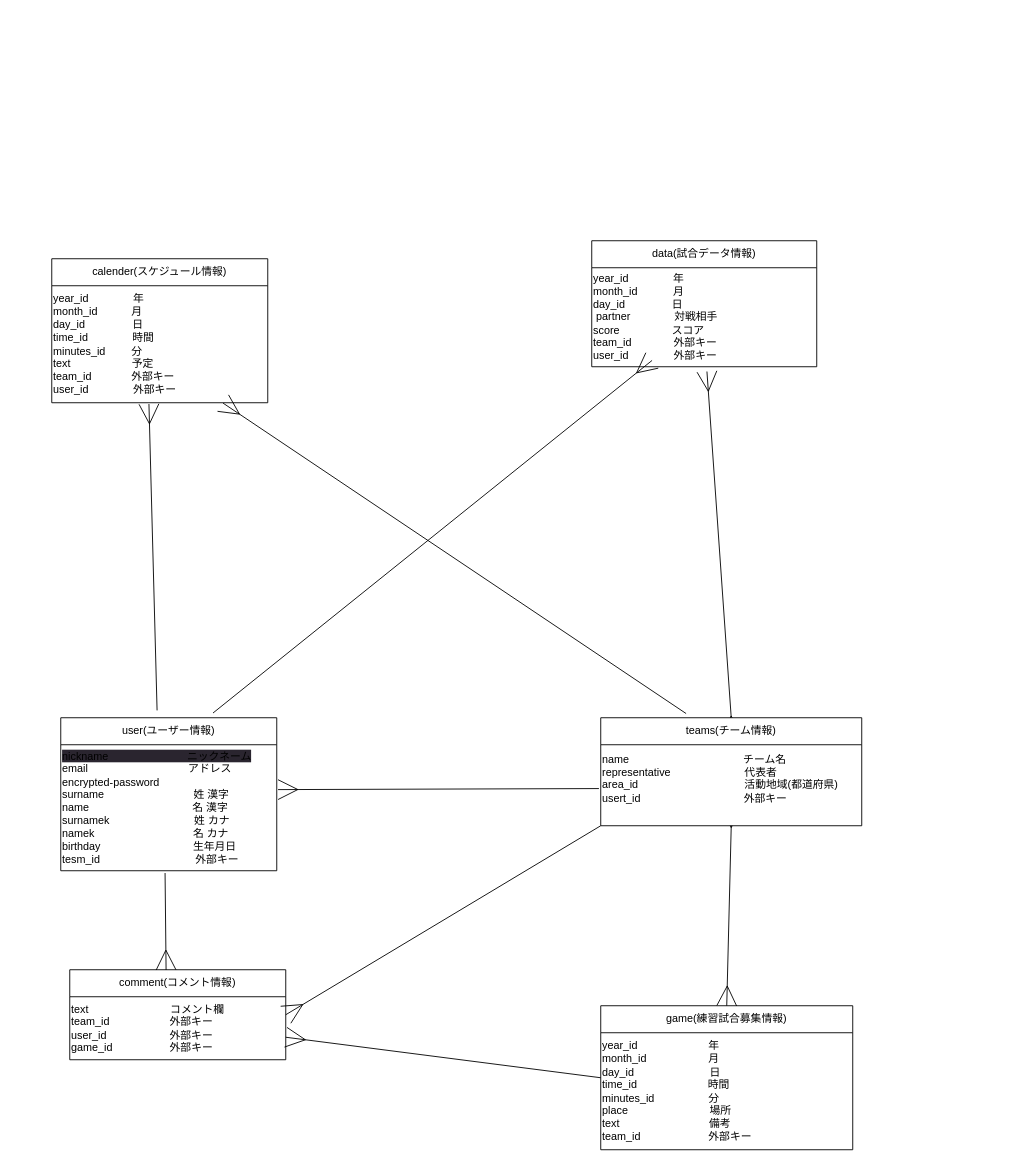
Before: test.dio in arakikeita/soccer-team, a draw.io diagram. Source tidied: cells renumbered, new cells numbered last; positions are measured from the earlier drawing's top-left corner, leaving out a move shared by most shapes. Both pictures are drawn from the tidied source at 90%, with x=0, y=0 at pixel (51, 240).
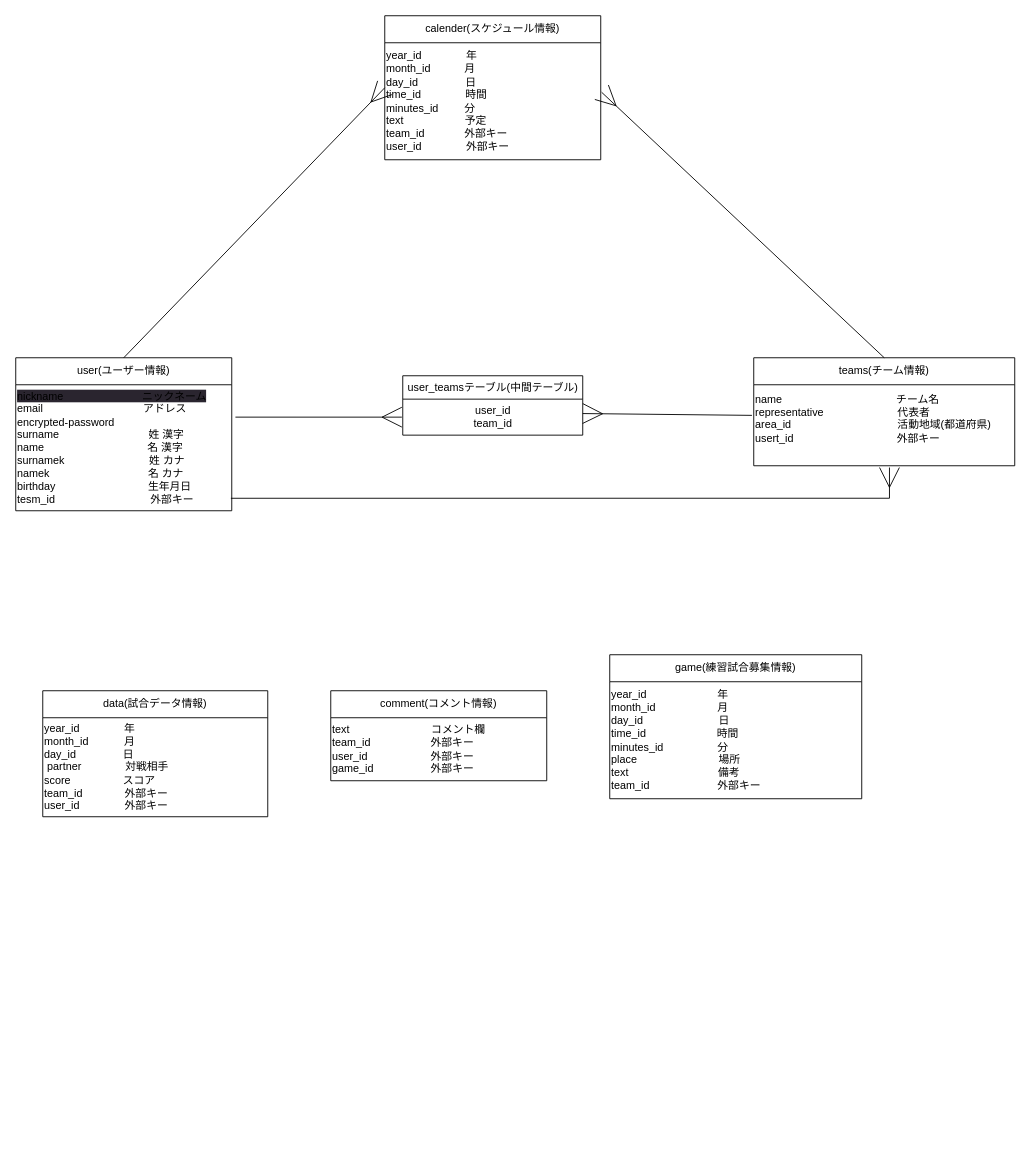
The same diagram, later.

The change refers to these unchanged cells:
```xml
<mxCell id="3" value="&lt;div style=&quot;&quot;&gt;&lt;span style=&quot;background-color: rgb(42, 37, 47);&quot;&gt;nickname 　　　　　　　ニックネーム&lt;/span&gt;&lt;/div&gt;&lt;span style=&quot;background-color: rgb(42, 37, 47);&quot;&gt;&lt;div style=&quot;&quot;&gt;email 　　　　　　　　　アドレス&lt;/div&gt;&lt;/span&gt;&lt;span style=&quot;background-color: rgb(42, 37, 47);&quot;&gt;&lt;div style=&quot;&quot;&gt;encrypted-password&lt;/div&gt;&lt;/span&gt;&lt;span style=&quot;background-color: rgb(42, 37, 47);&quot;&gt;&lt;div style=&quot;&quot;&gt;surname 　　　　　　　　姓 漢字&lt;/div&gt;&lt;/span&gt;&lt;span style=&quot;background-color: rgb(42, 37, 47);&quot;&gt;&lt;div style=&quot;&quot;&gt;name&amp;nbsp; 　　　　　　　　　名 漢字&lt;/div&gt;&lt;/span&gt;&lt;span style=&quot;background-color: rgb(42, 37, 47);&quot;&gt;&lt;div style=&quot;&quot;&gt;surnamek 　　　　　　　&amp;nbsp; 姓 カナ&lt;/div&gt;&lt;/span&gt;&lt;span style=&quot;background-color: rgb(42, 37, 47);&quot;&gt;&lt;div style=&quot;&quot;&gt;namek 　　　　　　　　&amp;nbsp; &amp;nbsp;名 カナ&lt;/div&gt;&lt;/span&gt;&lt;span style=&quot;background-color: rgb(42, 37, 47);&quot;&gt;&lt;div style=&quot;&quot;&gt;birthday 　　　　　　　　 生年月日&lt;/div&gt;&lt;div style=&quot;&quot;&gt;tesm_id 　　　　　　　　&amp;nbsp; 外部キー&lt;/div&gt;&lt;/span&gt;" style="text;html=1;align=left;verticalAlign=middle;points=[];strokeColor=none;fillColor=none;" parent="2" vertex="1">
  <mxGeometry y="30" width="240" height="140" as="geometry" />
</mxCell>
<mxCell id="5" value="name&amp;nbsp; 　　　　　　　　　　チーム名&lt;br&gt;representative 　　　　　　&amp;nbsp; 代表者&lt;br&gt;area_id&amp;nbsp; &amp;nbsp;　　　　　　　　　活動地域(都道府県)&lt;br&gt;usert_id 　　　　　　　　　 外部キー&lt;br&gt;&amp;nbsp;" style="text;html=1;align=left;verticalAlign=middle;points=[];strokeColor=none;fillColor=none;" parent="4" vertex="1">
  <mxGeometry y="30" width="290" height="90" as="geometry" />
</mxCell>
<mxCell id="7" value="year_id 　　　&amp;nbsp; &amp;nbsp;年&lt;br&gt;month_id　　&amp;nbsp; &amp;nbsp; 月&lt;br&gt;day_id　　　&amp;nbsp; &amp;nbsp; &amp;nbsp;日&lt;br&gt;time_id 　　　&amp;nbsp; &amp;nbsp;時間&lt;br&gt;minutes_id&amp;nbsp; 　&amp;nbsp; &amp;nbsp;分&lt;br&gt;text 　　　　&amp;nbsp; &amp;nbsp; &amp;nbsp;予定&lt;br&gt;team_id&amp;nbsp; 　　&amp;nbsp; &amp;nbsp; 外部キー&lt;br&gt;user_id&amp;nbsp; 　　　&amp;nbsp; 外部キー" style="text;html=1;align=left;verticalAlign=middle;points=[];strokeColor=none;fillColor=none;" parent="6" vertex="1">
  <mxGeometry y="30" width="240" height="130" as="geometry" />
</mxCell>
<mxCell id="9" value="year_id 　　　&amp;nbsp; &amp;nbsp;年&lt;br&gt;month_id　　　 月&lt;br&gt;day_id　&amp;nbsp; &amp;nbsp; &amp;nbsp; &amp;nbsp; &amp;nbsp; &amp;nbsp; 日&lt;br&gt;&amp;nbsp;partner　&amp;nbsp; &amp;nbsp; &amp;nbsp; &amp;nbsp; &amp;nbsp; &amp;nbsp;対戦相手&lt;br&gt;&lt;div style=&quot;&quot;&gt;&lt;span style=&quot;background-color: initial;&quot;&gt;score&lt;/span&gt;&lt;span style=&quot;background-color: initial;&quot;&gt;&amp;nbsp;　　　　&amp;nbsp; スコア&lt;/span&gt;&lt;/div&gt;&lt;div style=&quot;&quot;&gt;team_id&amp;nbsp; &amp;nbsp; &amp;nbsp; &amp;nbsp; &amp;nbsp; &amp;nbsp; &amp;nbsp; 外部キー&lt;span style=&quot;background-color: initial;&quot;&gt;&lt;br&gt;&lt;/span&gt;&lt;/div&gt;&lt;div style=&quot;&quot;&gt;user_id&amp;nbsp; &amp;nbsp; &amp;nbsp; &amp;nbsp; &amp;nbsp; &amp;nbsp; &amp;nbsp; &amp;nbsp;外部キー&lt;/div&gt;" style="text;html=1;align=left;verticalAlign=middle;points=[];strokeColor=none;fillColor=none;" parent="8" vertex="1">
  <mxGeometry y="30" width="250" height="110" as="geometry" />
</mxCell>
```

Change to the diagram source:
```diff
@@
     <mxCell id="2" value="user(ユーザー情報)" style="swimlane;fontStyle=0;horizontal=1;startSize=30;whiteSpace=wrap;html=1;" parent="1" vertex="1">
-      <mxGeometry x="10" y="530" width="240" height="170" as="geometry" />
+      <mxGeometry x="-40" y="130" width="240" height="170" as="geometry" />
     </mxCell>
@@
     <mxCell id="4" value="teams(チーム情報)" style="swimlane;fontStyle=0;horizontal=1;startSize=30;whiteSpace=wrap;html=1;" parent="1" vertex="1">
-      <mxGeometry x="610" y="530" width="290" height="120" as="geometry" />
+      <mxGeometry x="780" y="130" width="290" height="120" as="geometry" />
     </mxCell>
@@
     <mxCell id="6" value="calender(スケジュール情報)" style="swimlane;fontStyle=0;horizontal=1;startSize=30;whiteSpace=wrap;html=1;" parent="1" vertex="1">
-      <mxGeometry y="20" width="240" height="160" as="geometry" />
+      <mxGeometry x="370" y="-250" width="240" height="160" as="geometry" />
     </mxCell>
@@
     <mxCell id="8" value="data(試合データ情報)" style="swimlane;fontStyle=0;horizontal=1;startSize=30;whiteSpace=wrap;html=1;" parent="1" vertex="1">
-      <mxGeometry x="600" width="250" height="140" as="geometry" />
+      <mxGeometry x="-10" y="500" width="250" height="140" as="geometry" />
     </mxCell>
@@
     <mxCell id="10" value="game(練習試合募集情報)" style="swimlane;fontStyle=0;horizontal=1;startSize=30;whiteSpace=wrap;html=1;" parent="1" vertex="1">
-      <mxGeometry x="610" y="850" width="280" height="160" as="geometry" />
+      <mxGeometry x="620" y="460" width="280" height="160" as="geometry" />
     </mxCell>
@@
     <mxCell id="12" value="comment(コメント情報)" style="swimlane;fontStyle=0;horizontal=1;startSize=30;whiteSpace=wrap;html=1;" parent="1" vertex="1">
-      <mxGeometry x="20" y="810" width="240" height="100" as="geometry" />
+      <mxGeometry x="310" y="500" width="240" height="100" as="geometry" />
     </mxCell>
@@
-    <mxCell id="14" style="endArrow=ERmany;startArrow=ERmany;html=1;strokeWidth=1;startSize=0;endSize=20;sourcePerimeterSpacing=0;entryX=0.5;entryY=0;entryDx=0;entryDy=0;endFill=0;startFill=0;exitX=0.5;exitY=1;exitDx=0;exitDy=0;" parent="1" edge="1" source="4" target="10">
-      <mxGeometry relative="1" as="geometry" />
-    </mxCell>
-    <mxCell id="15" style="endArrow=ERmany;startArrow=ERmany;html=1;strokeWidth=1;startSize=20;endSize=0;sourcePerimeterSpacing=0;exitX=0.512;exitY=1.048;exitDx=0;exitDy=0;endFill=0;startFill=0;exitPerimeter=0;entryX=0.5;entryY=0;entryDx=0;entryDy=0;" parent="1" edge="1" source="9" target="4">
-      <mxGeometry relative="1" as="geometry" />
-    </mxCell>
-    <mxCell id="16" style="endArrow=ERmany;html=1;strokeWidth=1;startSize=6;endSize=20;sourcePerimeterSpacing=0;endFill=0;exitX=0;exitY=0.5;exitDx=0;exitDy=0;entryX=1;entryY=0.75;entryDx=0;entryDy=0;" parent="1" edge="1" source="10" target="12">
-      <mxGeometry relative="1" as="geometry" />
-    </mxCell>
-    <mxCell id="17" style="endArrow=ERmany;html=1;strokeWidth=1;startSize=6;endSize=20;sourcePerimeterSpacing=0;endFill=0;entryX=1;entryY=0.5;entryDx=0;entryDy=0;" parent="1" edge="1" target="12">
-      <mxGeometry relative="1" as="geometry">
-        <mxPoint x="610" y="650" as="sourcePoint" />
-      </mxGeometry>
-    </mxCell>
-    <mxCell id="18" style="endArrow=ERmany;html=1;strokeWidth=1;startSize=20;endSize=20;sourcePerimeterSpacing=0;entryX=0.446;entryY=0.002;entryDx=0;entryDy=0;exitX=0.483;exitY=1.018;exitDx=0;exitDy=0;exitPerimeter=0;endFill=0;entryPerimeter=0;" parent="1" edge="1" source="3" target="12">
-      <mxGeometry relative="1" as="geometry" />
-    </mxCell>
+    <mxCell id="23" value="user_teamsテーブル(中間テーブル)" style="swimlane;fontStyle=0;horizontal=1;startSize=26;fillColor=none;html=1;" parent="1" vertex="1">
+      <mxGeometry x="390" y="150" width="200" height="66" as="geometry" />
+    </mxCell>
+    <mxCell id="24" value="user_id&lt;br&gt;team_id" style="text;html=1;align=center;verticalAlign=middle;points=[];strokeColor=none;fillColor=none;" parent="23" vertex="1">
+      <mxGeometry y="26" width="200" height="40" as="geometry" />
+    </mxCell>
+    <mxCell id="25" style="endArrow=ERmany;html=1;exitX=0.5;exitY=0;exitDx=0;exitDy=0;endSize=20;endFill=0;" parent="1" edge="1" source="2">
+      <mxGeometry relative="1" as="geometry">
+        <mxPoint x="370" y="-170" as="targetPoint" />
+      </mxGeometry>
+    </mxCell>
-    <mxCell id="19" style="endArrow=ERmany;html=1;strokeWidth=1;startSize=20;endSize=20;sourcePerimeterSpacing=0;exitX=0.327;exitY=-0.039;exitDx=0;exitDy=0;exitPerimeter=0;endFill=0;entryX=0.793;entryY=1.003;entryDx=0;entryDy=0;entryPerimeter=0;" parent="1" edge="1" source="4" target="7">
+    <mxCell id="19" style="endArrow=ERmany;html=1;strokeWidth=1;endSize=20;entryX=1.004;entryY=0.423;entryDx=0;entryDy=0;entryPerimeter=0;exitX=0.5;exitY=0;exitDx=0;exitDy=0;endFill=0;" parent="1" edge="1" source="4" target="7">
       <mxGeometry relative="1" as="geometry" />
     </mxCell>
-    <mxCell id="20" style="endArrow=ERmany;html=1;strokeWidth=1;startSize=20;endSize=20;sourcePerimeterSpacing=0;exitX=0.446;exitY=-0.048;exitDx=0;exitDy=0;exitPerimeter=0;endFill=0;entryX=0.45;entryY=1.011;entryDx=0;entryDy=0;entryPerimeter=0;" parent="1" edge="1" source="2" target="7">
-      <mxGeometry relative="1" as="geometry" />
-    </mxCell>
-    <mxCell id="21" style="endArrow=ERmany;html=1;strokeWidth=1;startSize=20;endSize=20;sourcePerimeterSpacing=0;exitX=0.705;exitY=-0.031;exitDx=0;exitDy=0;exitPerimeter=0;endFill=0;" parent="1" edge="1" source="2">
-      <mxGeometry relative="1" as="geometry">
-        <mxPoint x="667" y="133" as="targetPoint" />
-      </mxGeometry>
-    </mxCell>
-    <mxCell id="22" style="endArrow=ERmany;html=1;strokeWidth=1;startSize=20;endSize=20;sourcePerimeterSpacing=0;entryX=1.006;entryY=0.356;entryDx=0;entryDy=0;entryPerimeter=0;exitX=-0.007;exitY=0.541;exitDx=0;exitDy=0;exitPerimeter=0;endFill=0;" parent="1" edge="1" source="5" target="3">
-      <mxGeometry relative="1" as="geometry" />
-    </mxCell>
+    <mxCell id="26" style="endArrow=ERmany;html=1;strokeWidth=1;endSize=20;entryX=1;entryY=0.4;entryDx=0;entryDy=0;entryPerimeter=0;exitX=-0.007;exitY=0.378;exitDx=0;exitDy=0;exitPerimeter=0;endFill=0;" parent="1" edge="1" source="5" target="24">
+      <mxGeometry relative="1" as="geometry" />
+    </mxCell>
+    <mxCell id="27" style="endArrow=ERmany;html=1;strokeWidth=1;endSize=20;entryX=-0.005;entryY=0.5;entryDx=0;entryDy=0;entryPerimeter=0;exitX=1.017;exitY=0.257;exitDx=0;exitDy=0;exitPerimeter=0;endFill=0;" parent="1" edge="1" source="3" target="24">
+      <mxGeometry relative="1" as="geometry" />
+    </mxCell>
+    <mxCell id="28" style="edgeStyle=segmentEdgeStyle;endArrow=ERmany;html=1;curved=0;rounded=0;endSize=20;startSize=8;strokeWidth=1;entryX=0.52;entryY=1.022;entryDx=0;entryDy=0;entryPerimeter=0;exitX=0.996;exitY=0.901;exitDx=0;exitDy=0;exitPerimeter=0;endFill=0;" parent="1" edge="1" source="3" target="5">
+      <mxGeometry relative="1" as="geometry" />
+    </mxCell>
```
